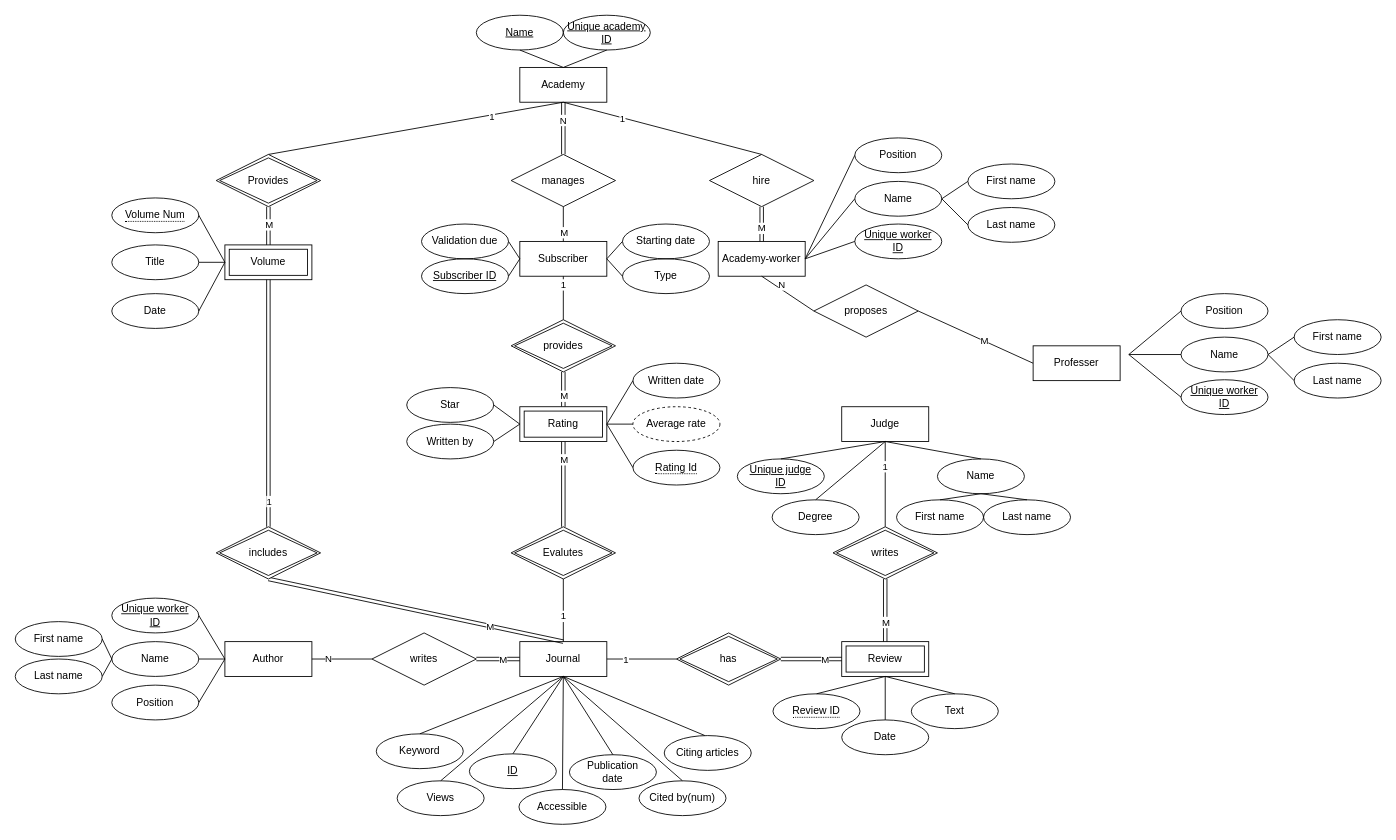
The draw.io diagram 학교과제/seo.drawio in waroad/Problem-Solving, before the edit. Source tidied: cells renumbered, new cells numbered last; positions are measured from the earlier drawing's top-left corner, leaving out a move shared by most shapes. Both pictures are drawn from the tidied source at 87%, with x=0, y=0 at pixel (15, 15).
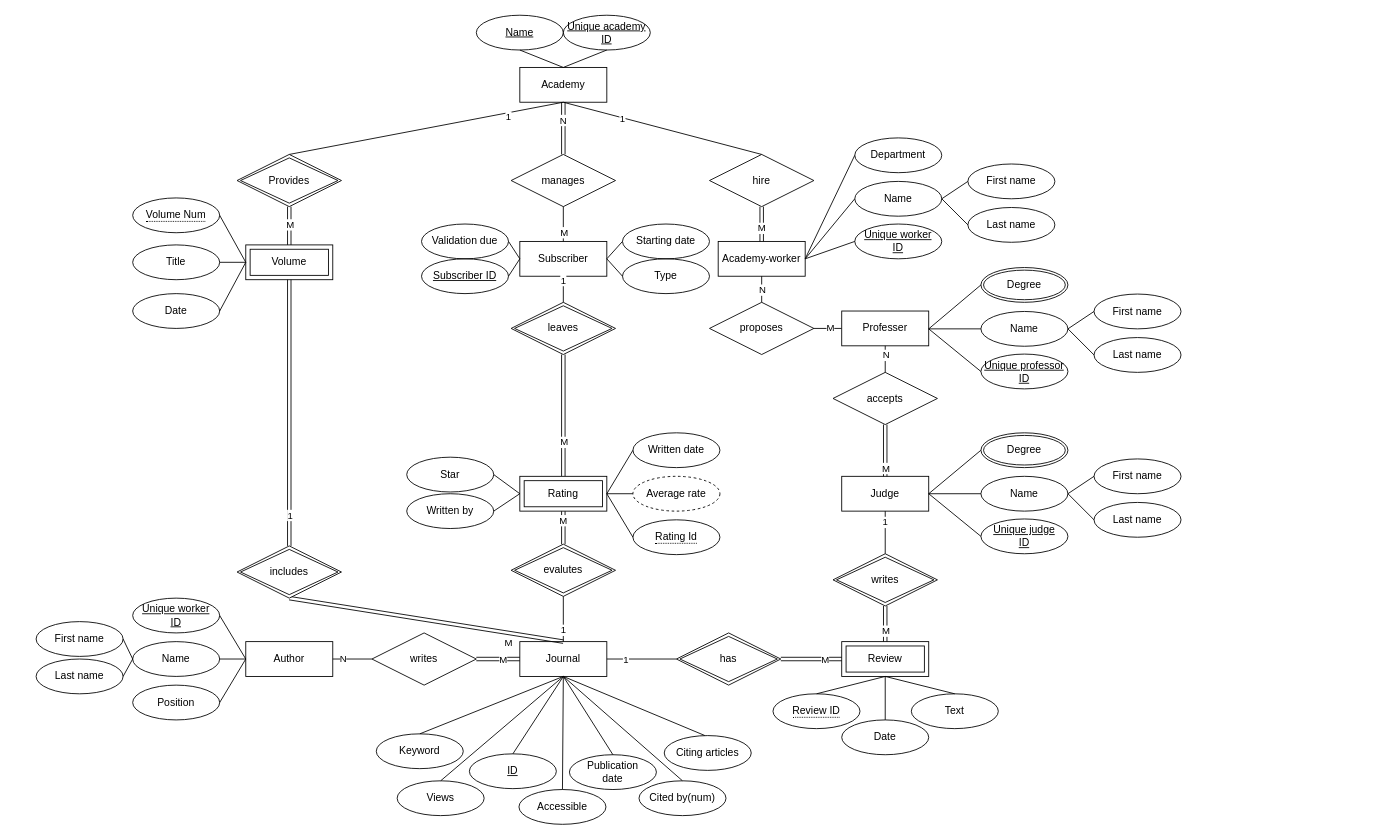
After the change.

The change refers to these unchanged cells:
```xml
<mxCell id="9" value="Academy-worker" style="whiteSpace=wrap;html=1;align=center;direction=west;" parent="1" vertex="1">
  <mxGeometry x="808" y="260" width="100" height="40" as="geometry" />
</mxCell>
<mxCell id="77" style="shape=link;html=1;rounded=0;exitX=0.5;exitY=0;exitDx=0;exitDy=0;entryX=0.5;entryY=1;entryDx=0;entryDy=0;" parent="1" edge="1" source="85" target="72">
  <mxGeometry relative="1" as="geometry" />
</mxCell>
```

The edit, as a diff of the source:
```diff
@@
     <mxCell id="3" value="Author" style="whiteSpace=wrap;html=1;align=center;" parent="1" vertex="1">
-      <mxGeometry x="241" y="720" width="100" height="40" as="geometry" />
+      <mxGeometry x="265" y="720" width="100" height="40" as="geometry" />
     </mxCell>
@@
     <mxCell id="5" value="Volume" style="shape=ext;margin=3;double=1;whiteSpace=wrap;html=1;align=center;gradientColor=default;fillColor=none;direction=west;" parent="1" vertex="1">
-      <mxGeometry x="241" y="264" width="100" height="40" as="geometry" />
+      <mxGeometry x="265" y="264" width="100" height="40" as="geometry" />
     </mxCell>
     <mxCell id="6" value="Judge" style="whiteSpace=wrap;html=1;align=center;direction=west;" parent="1" vertex="1">
-      <mxGeometry x="950" y="450" width="100" height="40" as="geometry" />
+      <mxGeometry x="950" y="530" width="100" height="40" as="geometry" />
     </mxCell>
@@
     <mxCell id="28" value="proposes" style="shape=rhombus;perimeter=rhombusPerimeter;whiteSpace=wrap;html=1;align=center;fillColor=none;gradientColor=default;direction=west;" parent="1" vertex="1">
-      <mxGeometry x="918" y="310" width="120" height="60" as="geometry" />
+      <mxGeometry x="798" y="330" width="120" height="60" as="geometry" />
     </mxCell>
-    <mxCell id="29" style="endArrow=none;html=1;rounded=0;exitX=0.5;exitY=0;exitDx=0;exitDy=0;entryX=1;entryY=0.5;entryDx=0;entryDy=0;" parent="1" edge="1" source="9" target="28">
+    <mxCell id="29" style="endArrow=none;html=1;rounded=0;exitX=0.5;exitY=0;exitDx=0;exitDy=0;entryX=0.5;entryY=1;entryDx=0;entryDy=0;" parent="1" edge="1" source="9" target="28">
       <mxGeometry relative="1" as="geometry" />
     </mxCell>
     <mxCell id="30" value="N" style="edgeLabel;html=1;align=center;verticalAlign=middle;" parent="29" vertex="1">
       <mxGeometry x="0.52" y="1" relative="1" as="geometry">
-        <mxPoint x="-24" y="-20" as="offset" />
+        <mxPoint x="-1" y="-8" as="offset" />
       </mxGeometry>
     </mxCell>
@@
-    <mxCell id="39" value="Unique judge&lt;br&gt;ID" style="ellipse;whiteSpace=wrap;html=1;align=center;fontStyle=4;fillColor=none;gradientColor=default;" parent="1" vertex="1">
-      <mxGeometry x="830" y="510" width="100" height="40" as="geometry" />
-    </mxCell>
-    <mxCell id="40" value="Last name" style="ellipse;whiteSpace=wrap;html=1;align=center;fillColor=none;gradientColor=default;" parent="1" vertex="1">
-      <mxGeometry x="1113" y="557" width="100" height="40" as="geometry" />
-    </mxCell>
-    <mxCell id="41" value="Name" style="ellipse;whiteSpace=wrap;html=1;align=center;fillColor=none;gradientColor=default;" parent="1" vertex="1">
-      <mxGeometry x="1060" y="510" width="100" height="40" as="geometry" />
-    </mxCell>
-    <mxCell id="42" style="endArrow=none;html=1;rounded=0;entryX=0.5;entryY=1;entryDx=0;entryDy=0;exitX=0.5;exitY=0;exitDx=0;exitDy=0;" parent="1" edge="1" source="44" target="41">
-      <mxGeometry relative="1" as="geometry" />
-    </mxCell>
-    <mxCell id="43" style="endArrow=none;html=1;rounded=0;entryX=0.5;entryY=0;entryDx=0;entryDy=0;exitX=0.5;exitY=1;exitDx=0;exitDy=0;" parent="1" edge="1" source="41" target="40">
-      <mxGeometry relative="1" as="geometry" />
-    </mxCell>
-    <mxCell id="44" value="First name" style="ellipse;whiteSpace=wrap;html=1;align=center;fillColor=none;gradientColor=default;" parent="1" vertex="1">
-      <mxGeometry x="1013" y="557" width="100" height="40" as="geometry" />
-    </mxCell>
-    <mxCell id="45" value="Degree" style="ellipse;whiteSpace=wrap;html=1;align=center;fillColor=none;gradientColor=default;" parent="1" vertex="1">
-      <mxGeometry x="870" y="557" width="100" height="40" as="geometry" />
-    </mxCell>
@@
     <mxCell id="48" value="Date" style="ellipse;whiteSpace=wrap;html=1;align=center;fillColor=none;gradientColor=default;" parent="1" vertex="1">
-      <mxGeometry x="111" y="320" width="100" height="40" as="geometry" />
+      <mxGeometry x="135" y="320" width="100" height="40" as="geometry" />
     </mxCell>
     <mxCell id="49" value="Title" style="ellipse;whiteSpace=wrap;html=1;align=center;fillColor=none;gradientColor=default;" parent="1" vertex="1">
-      <mxGeometry x="111" y="264" width="100" height="40" as="geometry" />
+      <mxGeometry x="135" y="264" width="100" height="40" as="geometry" />
     </mxCell>
     <mxCell id="50" value="&lt;span style=&quot;border-bottom: 1px dotted&quot;&gt;Volume Num&lt;/span&gt;" style="ellipse;whiteSpace=wrap;html=1;align=center;fillColor=none;gradientColor=default;" parent="1" vertex="1">
-      <mxGeometry x="111" y="210" width="100" height="40" as="geometry" />
+      <mxGeometry x="135" y="210" width="100" height="40" as="geometry" />
     </mxCell>
@@
-    <mxCell id="57" value="Position" style="ellipse;whiteSpace=wrap;html=1;align=center;fillColor=none;gradientColor=default;" parent="1" vertex="1">
+    <mxCell id="57" value="Department" style="ellipse;whiteSpace=wrap;html=1;align=center;fillColor=none;gradientColor=default;" parent="1" vertex="1">
       <mxGeometry x="965" y="141" width="100" height="40" as="geometry" />
     </mxCell>
@@
-    <mxCell id="71" value="provides" style="shape=rhombus;double=1;perimeter=rhombusPerimeter;whiteSpace=wrap;html=1;align=center;direction=west;" parent="1" vertex="1">
-      <mxGeometry x="570" y="350" width="120" height="60" as="geometry" />
+    <mxCell id="71" value="leaves" style="shape=rhombus;double=1;perimeter=rhombusPerimeter;whiteSpace=wrap;html=1;align=center;direction=west;" parent="1" vertex="1">
+      <mxGeometry x="570" y="330" width="120" height="60" as="geometry" />
     </mxCell>
-    <mxCell id="72" value="Evalutes" style="shape=rhombus;double=1;perimeter=rhombusPerimeter;whiteSpace=wrap;html=1;align=center;direction=west;" parent="1" vertex="1">
-      <mxGeometry x="570" y="588" width="120" height="60" as="geometry" />
+    <mxCell id="72" value="evalutes" style="shape=rhombus;double=1;perimeter=rhombusPerimeter;whiteSpace=wrap;html=1;align=center;direction=west;" parent="1" vertex="1">
+      <mxGeometry x="570" y="608" width="120" height="60" as="geometry" />
     </mxCell>
@@
     <mxCell id="78" value="M" style="edgeLabel;html=1;align=center;verticalAlign=middle;" parent="77" vertex="1">
       <mxGeometry x="0.45" y="2" relative="1" as="geometry">
-        <mxPoint x="-2" y="-51" as="offset" />
+        <mxPoint x="-3" y="-18" as="offset" />
       </mxGeometry>
     </mxCell>
@@
     <mxCell id="81" value="Star" style="ellipse;whiteSpace=wrap;html=1;align=center;fillColor=none;gradientColor=default;" parent="1" vertex="1">
-      <mxGeometry x="450" y="428" width="100" height="40" as="geometry" />
+      <mxGeometry x="450" y="508" width="100" height="40" as="geometry" />
     </mxCell>
     <mxCell id="82" value="Written by" style="ellipse;whiteSpace=wrap;html=1;align=center;fillColor=none;gradientColor=default;" parent="1" vertex="1">
-      <mxGeometry x="450" y="470" width="100" height="40" as="geometry" />
+      <mxGeometry x="450" y="550" width="100" height="40" as="geometry" />
     </mxCell>
     <mxCell id="83" value="Written date" style="ellipse;whiteSpace=wrap;html=1;align=center;fillColor=none;gradientColor=default;" parent="1" vertex="1">
-      <mxGeometry x="710" y="400" width="100" height="40" as="geometry" />
+      <mxGeometry x="710" y="480" width="100" height="40" as="geometry" />
     </mxCell>
     <mxCell id="84" value="Average rate" style="ellipse;whiteSpace=wrap;html=1;align=center;dashed=1;" parent="1" vertex="1">
-      <mxGeometry x="710" y="450" width="100" height="40" as="geometry" />
+      <mxGeometry x="710" y="530" width="100" height="40" as="geometry" />
     </mxCell>
     <mxCell id="85" value="Rating" style="shape=ext;margin=3;double=1;whiteSpace=wrap;html=1;align=center;direction=west;" parent="1" vertex="1">
-      <mxGeometry x="580" y="450" width="100" height="40" as="geometry" />
+      <mxGeometry x="580" y="530" width="100" height="40" as="geometry" />
     </mxCell>
     <mxCell id="86" value="Provides" style="shape=rhombus;double=1;perimeter=rhombusPerimeter;whiteSpace=wrap;html=1;align=center;direction=west;" parent="1" vertex="1">
-      <mxGeometry x="231" y="160" width="120" height="60" as="geometry" />
+      <mxGeometry x="255" y="160" width="120" height="60" as="geometry" />
     </mxCell>
@@
     <mxCell id="90" value="writes" style="shape=rhombus;double=1;perimeter=rhombusPerimeter;whiteSpace=wrap;html=1;align=center;direction=west;" parent="1" vertex="1">
-      <mxGeometry x="940" y="588" width="120" height="60" as="geometry" />
+      <mxGeometry x="940" y="619" width="120" height="60" as="geometry" />
     </mxCell>
@@
     <mxCell id="93" value="&lt;span style=&quot;border-bottom: 1px dotted&quot;&gt;Rating Id&lt;/span&gt;" style="ellipse;whiteSpace=wrap;html=1;align=center;" parent="1" vertex="1">
-      <mxGeometry x="710" y="500" width="100" height="40" as="geometry" />
+      <mxGeometry x="710" y="580" width="100" height="40" as="geometry" />
     </mxCell>
@@
     <mxCell id="104" value="includes" style="shape=rhombus;double=1;perimeter=rhombusPerimeter;whiteSpace=wrap;html=1;align=center;direction=west;" parent="1" vertex="1">
-      <mxGeometry x="231" y="588" width="120" height="60" as="geometry" />
+      <mxGeometry x="255" y="610" width="120" height="60" as="geometry" />
     </mxCell>
@@
-    <mxCell id="108" style="endArrow=none;html=1;rounded=0;exitX=0.5;exitY=0;exitDx=0;exitDy=0;entryX=0.5;entryY=0;entryDx=0;entryDy=0;" parent="1" edge="1" source="6" target="41">
-      <mxGeometry relative="1" as="geometry" />
-    </mxCell>
-    <mxCell id="109" style="endArrow=none;html=1;rounded=0;exitX=0.5;exitY=0;exitDx=0;exitDy=0;entryX=0.5;entryY=0;entryDx=0;entryDy=0;" parent="1" edge="1" source="39" target="6">
-      <mxGeometry relative="1" as="geometry" />
-    </mxCell>
-    <mxCell id="110" style="endArrow=none;html=1;rounded=0;exitX=0.5;exitY=0;exitDx=0;exitDy=0;entryX=0.5;entryY=0;entryDx=0;entryDy=0;" parent="1" edge="1" source="45" target="6">
-      <mxGeometry relative="1" as="geometry" />
-    </mxCell>
@@
     <mxCell id="128" value="Unique worker&lt;br&gt;ID" style="ellipse;whiteSpace=wrap;html=1;align=center;fontStyle=4;fillColor=none;gradientColor=default;" parent="1" vertex="1">
-      <mxGeometry x="111" y="670" width="100" height="40" as="geometry" />
+      <mxGeometry x="135" y="670" width="100" height="40" as="geometry" />
     </mxCell>
     <mxCell id="129" value="Last name" style="ellipse;whiteSpace=wrap;html=1;align=center;fillColor=none;gradientColor=default;direction=west;" parent="1" vertex="1">
-      <mxGeometry y="740" width="100" height="40" as="geometry" />
+      <mxGeometry x="24" y="740" width="100" height="40" as="geometry" />
     </mxCell>
     <mxCell id="130" value="Name" style="ellipse;whiteSpace=wrap;html=1;align=center;fillColor=none;gradientColor=default;direction=west;" parent="1" vertex="1">
-      <mxGeometry x="111" y="720" width="100" height="40" as="geometry" />
+      <mxGeometry x="135" y="720" width="100" height="40" as="geometry" />
     </mxCell>
@@
     <mxCell id="133" value="First name" style="ellipse;whiteSpace=wrap;html=1;align=center;fillColor=none;gradientColor=default;direction=west;" parent="1" vertex="1">
-      <mxGeometry y="697" width="100" height="40" as="geometry" />
+      <mxGeometry x="24" y="697" width="100" height="40" as="geometry" />
     </mxCell>
     <mxCell id="134" value="Position" style="ellipse;whiteSpace=wrap;html=1;align=center;fillColor=none;gradientColor=default;" parent="1" vertex="1">
-      <mxGeometry x="111" y="770" width="100" height="40" as="geometry" />
+      <mxGeometry x="135" y="770" width="100" height="40" as="geometry" />
     </mxCell>
@@
     <mxCell id="138" value="Professer" style="whiteSpace=wrap;html=1;align=center;direction=west;" parent="1" vertex="1">
-      <mxGeometry x="1170" y="380" width="100" height="40" as="geometry" />
+      <mxGeometry x="950" y="340" width="100" height="40" as="geometry" />
     </mxCell>
-    <mxCell id="139" value="Unique worker&lt;br&gt;ID" style="ellipse;whiteSpace=wrap;html=1;align=center;fontStyle=4;fillColor=none;gradientColor=default;" parent="1" vertex="1">
-      <mxGeometry x="1340" y="419" width="100" height="40" as="geometry" />
+    <mxCell id="139" value="Unique professor&lt;br&gt;ID" style="ellipse;whiteSpace=wrap;html=1;align=center;fontStyle=4;fillColor=none;gradientColor=default;strokeColor=default;" parent="1" vertex="1">
+      <mxGeometry x="1110" y="389.5" width="100" height="40" as="geometry" />
     </mxCell>
     <mxCell id="140" value="Last name" style="ellipse;whiteSpace=wrap;html=1;align=center;fillColor=none;gradientColor=default;" parent="1" vertex="1">
-      <mxGeometry x="1470" y="400" width="100" height="40" as="geometry" />
+      <mxGeometry x="1240" y="370.5" width="100" height="40" as="geometry" />
     </mxCell>
     <mxCell id="141" value="Name" style="ellipse;whiteSpace=wrap;html=1;align=center;fillColor=none;gradientColor=default;" parent="1" vertex="1">
-      <mxGeometry x="1340" y="370" width="100" height="40" as="geometry" />
+      <mxGeometry x="1110" y="340.5" width="100" height="40" as="geometry" />
     </mxCell>
@@
     <mxCell id="144" value="First name" style="ellipse;whiteSpace=wrap;html=1;align=center;fillColor=none;gradientColor=default;" parent="1" vertex="1">
-      <mxGeometry x="1470" y="350" width="100" height="40" as="geometry" />
+      <mxGeometry x="1240" y="320.5" width="100" height="40" as="geometry" />
     </mxCell>
-    <mxCell id="145" value="Position" style="ellipse;whiteSpace=wrap;html=1;align=center;fillColor=none;gradientColor=default;" parent="1" vertex="1">
-      <mxGeometry x="1340" y="320" width="100" height="40" as="geometry" />
-    </mxCell>
     <mxCell id="146" style="endArrow=none;html=1;rounded=0;entryX=0;entryY=0.5;entryDx=0;entryDy=0;exitX=0;exitY=0.5;exitDx=0;exitDy=0;" parent="1" edge="1" target="141">
       <mxGeometry relative="1" as="geometry">
-        <mxPoint x="1280" y="390" as="sourcePoint" />
+        <mxPoint x="1050" y="360.5" as="sourcePoint" />
       </mxGeometry>
     </mxCell>
     <mxCell id="147" style="endArrow=none;html=1;rounded=0;entryX=0;entryY=0.5;entryDx=0;entryDy=0;exitX=0;exitY=0.5;exitDx=0;exitDy=0;" parent="1" edge="1" source="139">
       <mxGeometry relative="1" as="geometry">
-        <mxPoint x="1280" y="390" as="targetPoint" />
+        <mxPoint x="1050" y="360.5" as="targetPoint" />
       </mxGeometry>
     </mxCell>
-    <mxCell id="148" style="endArrow=none;html=1;rounded=0;entryX=0;entryY=0.5;entryDx=0;entryDy=0;exitX=0;exitY=0.5;exitDx=0;exitDy=0;" parent="1" edge="1" source="145">
+    <mxCell id="148" style="endArrow=none;html=1;rounded=0;entryX=0;entryY=0.5;entryDx=0;entryDy=0;exitX=0;exitY=0.5;exitDx=0;exitDy=0;" parent="1" edge="1" source="156">
       <mxGeometry relative="1" as="geometry">
-        <mxPoint x="1280" y="390" as="targetPoint" />
+        <mxPoint x="1050" y="360.5" as="targetPoint" />
       </mxGeometry>
     </mxCell>
+    <mxCell id="39" value="Unique judge&lt;br&gt;ID" style="ellipse;whiteSpace=wrap;html=1;align=center;fontStyle=4;fillColor=none;gradientColor=default;" parent="1" vertex="1">
+      <mxGeometry x="1110" y="579" width="100" height="40" as="geometry" />
+    </mxCell>
+    <mxCell id="40" value="Last name" style="ellipse;whiteSpace=wrap;html=1;align=center;fillColor=none;gradientColor=default;" parent="1" vertex="1">
+      <mxGeometry x="1240" y="560" width="100" height="40" as="geometry" />
+    </mxCell>
+    <mxCell id="41" value="Name" style="ellipse;whiteSpace=wrap;html=1;align=center;fillColor=none;gradientColor=default;" parent="1" vertex="1">
+      <mxGeometry x="1110" y="530" width="100" height="40" as="geometry" />
+    </mxCell>
+    <mxCell id="42" style="endArrow=none;html=1;rounded=0;exitX=0;exitY=0.5;exitDx=0;exitDy=0;entryX=1;entryY=0.5;entryDx=0;entryDy=0;" parent="1" edge="1" source="44" target="41">
+      <mxGeometry relative="1" as="geometry" />
+    </mxCell>
+    <mxCell id="43" style="endArrow=none;html=1;rounded=0;entryX=0;entryY=0.5;entryDx=0;entryDy=0;exitX=1;exitY=0.5;exitDx=0;exitDy=0;" parent="1" edge="1" source="41" target="40">
+      <mxGeometry relative="1" as="geometry" />
+    </mxCell>
+    <mxCell id="44" value="First name" style="ellipse;whiteSpace=wrap;html=1;align=center;fillColor=none;gradientColor=default;" parent="1" vertex="1">
+      <mxGeometry x="1240" y="510" width="100" height="40" as="geometry" />
+    </mxCell>
+    <mxCell id="149" style="endArrow=none;html=1;rounded=0;entryX=0;entryY=0.5;entryDx=0;entryDy=0;exitX=0;exitY=0.5;exitDx=0;exitDy=0;" parent="1" edge="1" target="41">
+      <mxGeometry relative="1" as="geometry">
+        <mxPoint x="1050" y="550" as="sourcePoint" />
+      </mxGeometry>
+    </mxCell>
+    <mxCell id="150" style="endArrow=none;html=1;rounded=0;entryX=0;entryY=0.5;entryDx=0;entryDy=0;exitX=0;exitY=0.5;exitDx=0;exitDy=0;" parent="1" edge="1" source="39">
+      <mxGeometry relative="1" as="geometry">
+        <mxPoint x="1050" y="550" as="targetPoint" />
+      </mxGeometry>
+    </mxCell>
+    <mxCell id="151" style="endArrow=none;html=1;rounded=0;entryX=0;entryY=0.5;entryDx=0;entryDy=0;exitX=0;exitY=0.5;exitDx=0;exitDy=0;" parent="1" edge="1" source="152">
+      <mxGeometry relative="1" as="geometry">
+        <mxPoint x="1050" y="550" as="targetPoint" />
+      </mxGeometry>
+    </mxCell>
+    <mxCell id="152" value="Degree" style="ellipse;shape=doubleEllipse;margin=3;whiteSpace=wrap;html=1;align=center;" parent="1" vertex="1">
+      <mxGeometry x="1110" y="480" width="100" height="40" as="geometry" />
+    </mxCell>
+    <mxCell id="153" value="accepts" style="shape=rhombus;perimeter=rhombusPerimeter;whiteSpace=wrap;html=1;align=center;fillColor=none;gradientColor=default;direction=west;" parent="1" vertex="1">
+      <mxGeometry x="940" y="410.5" width="120" height="60" as="geometry" />
+    </mxCell>
+    <mxCell id="154" style="endArrow=none;html=1;rounded=0;exitX=0.5;exitY=0;exitDx=0;exitDy=0;entryX=0.5;entryY=1;entryDx=0;entryDy=0;" parent="1" edge="1" source="138" target="153">
+      <mxGeometry relative="1" as="geometry" />
+    </mxCell>
+    <mxCell id="155" value="N" style="edgeLabel;html=1;align=center;verticalAlign=middle;" parent="154" vertex="1">
+      <mxGeometry x="0.15" y="1" relative="1" as="geometry">
+        <mxPoint x="-1" y="-8" as="offset" />
+      </mxGeometry>
+    </mxCell>
+    <mxCell id="156" value="Degree" style="ellipse;shape=doubleEllipse;margin=3;whiteSpace=wrap;html=1;align=center;" parent="1" vertex="1">
+      <mxGeometry x="1110" y="290" width="100" height="40" as="geometry" />
+    </mxCell>
+    <mxCell id="157" style="shape=link;html=1;rounded=0;exitX=0.5;exitY=1;exitDx=0;exitDy=0;entryX=0.5;entryY=0;entryDx=0;entryDy=0;" parent="1" edge="1" source="6" target="153">
+      <mxGeometry relative="1" as="geometry" />
+    </mxCell>
+    <mxCell id="158" value="M" style="edgeLabel;html=1;align=center;verticalAlign=middle;" parent="157" vertex="1">
+      <mxGeometry x="0.45" y="2" relative="1" as="geometry">
+        <mxPoint x="2" y="33" as="offset" />
+      </mxGeometry>
+    </mxCell>
```
